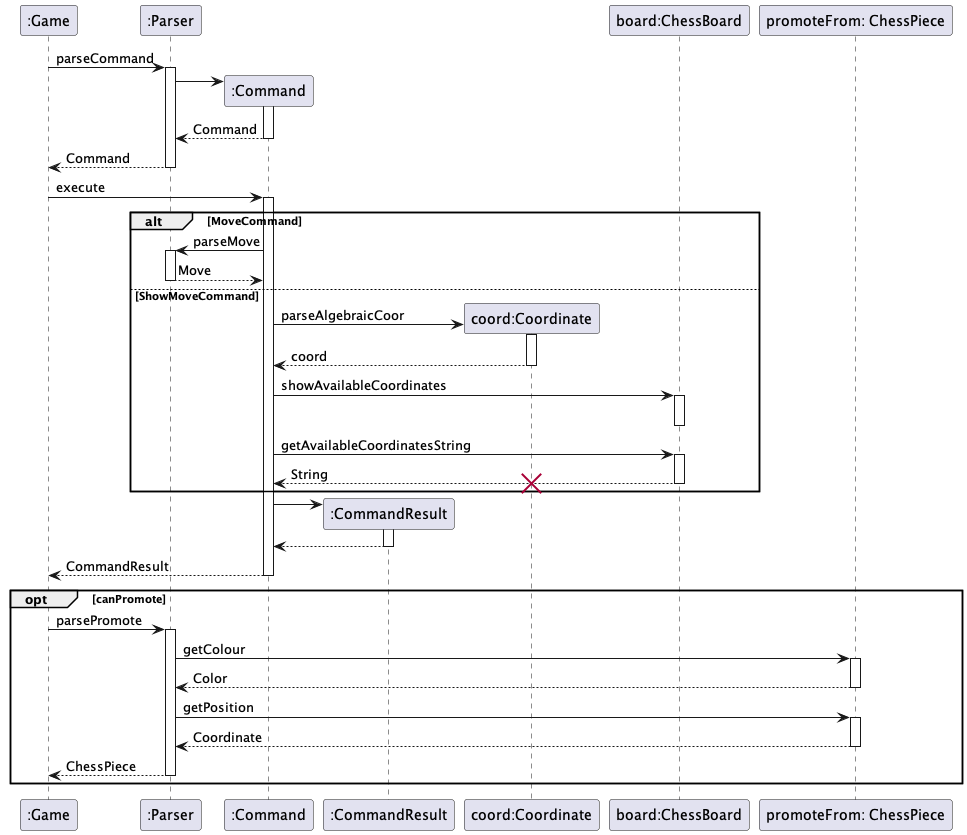
onx001/tp keeps this PlantUML diagram as docs/images/ParseCommandSequence.png. Above is the earlier version.
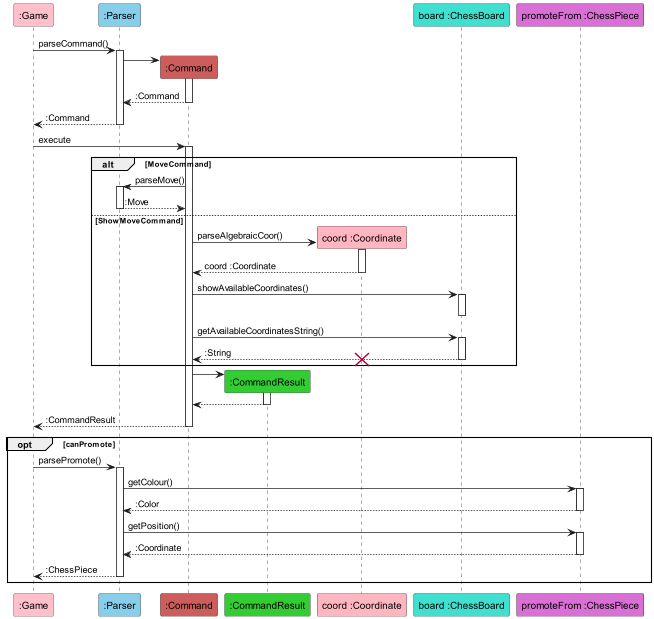
The same diagram one commit later.

What changed in the source:
```diff
@@ -1,46 +1,46 @@
 @startuml
 
-participant ":Game" as Game
-participant ":Parser" as Parser
-participant ":Command" as Command
-participant ":CommandResult" as CommandResult
-participant "coord:Coordinate" as Coordinate
-participant "board:ChessBoard" as ChessBoard
-participant "promoteFrom: ChessPiece" as ChessPiece
+participant ":Game" as Game #Pink
+participant ":Parser" as Parser #SkyBlue
+participant ":Command" as Command #IndianRed
+participant ":CommandResult" as CommandResult #LimeGreen
+participant "coord :Coordinate" as Coordinate #LightPink
+participant "board :ChessBoard" as ChessBoard #Turquoise
+participant "promoteFrom :ChessPiece" as ChessPiece #Orchid
 
-Game -> Parser: parseCommand
+Game -> Parser: parseCommand()
 activate Parser
 create Command
 Parser -> Command ++
-Command --> Parser --: Command
-Game <-- Parser --: Command
+Command --> Parser --: :Command
+Game <-- Parser --: :Command
 
 Game -> Command ++: execute
 alt MoveCommand
-    Command -> Parser ++: parseMove
-    Parser --> Command --: Move
+    Command -> Parser ++: parseMove()
+    Parser --> Command --: :Move
 else ShowMoveCommand
     create Coordinate
-    Command -> Coordinate ++: parseAlgebraicCoor
-    Coordinate --> Command --: coord
-    Command -> ChessBoard ++: showAvailableCoordinates
+    Command -> Coordinate ++: parseAlgebraicCoor()
+    Coordinate --> Command --: coord :Coordinate
+    Command -> ChessBoard ++: showAvailableCoordinates()
     ChessBoard --
-    Command -> ChessBoard ++: getAvailableCoordinatesString
-    ChessBoard --> Command --: String
+    Command -> ChessBoard ++: getAvailableCoordinatesString()
+    ChessBoard --> Command --: :String
     destroy Coordinate
 end
 Command -> CommandResult**
 activate CommandResult
 CommandResult --> Command--
-Game <-- Command --: CommandResult
+Game <-- Command --: :CommandResult
 
 opt canPromote
-Game -> Parser ++: parsePromote
-Parser -> ChessPiece ++: getColour
-ChessPiece --> Parser --: Color
-Parser -> ChessPiece ++: getPosition
-ChessPiece --> Parser --: Coordinate
-Game <-- Parser --: ChessPiece
+Game -> Parser ++: parsePromote()
+Parser -> ChessPiece ++: getColour()
+ChessPiece --> Parser --: :Color
+Parser -> ChessPiece ++: getPosition()
+ChessPiece --> Parser --: :Coordinate
+Game <-- Parser --: :ChessPiece
 end
 
 
```
